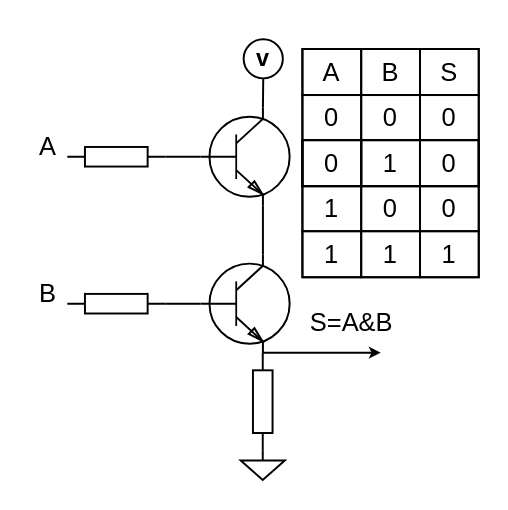
Above: .pic/Introduction/How FPGA works/fig_05.drawio.svg in MPSU/APS (draw.io), before the change. Source tidied: cells renumbered, new cells last; positions are measured from the earlier drawing's top-left corner, leaving out a move shared by most shapes.
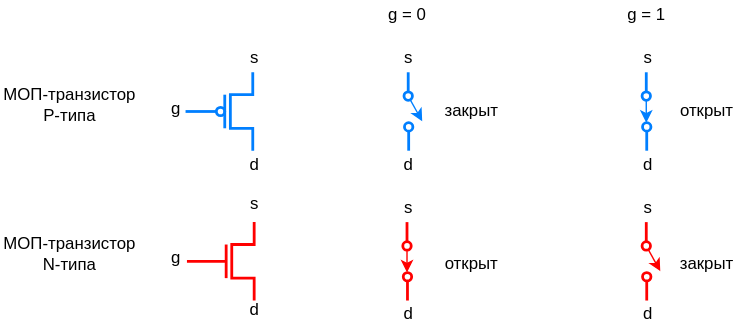
Above is the later version.

The edit, as a diff of the source:
```diff
@@ -2,131 +2,197 @@
   <root>
     <mxCell id="0" />
     <mxCell id="1" parent="0" />
-    <mxCell id="2" style="verticalLabelPosition=bottom;shadow=0;dashed=0;align=center;html=1;verticalAlign=top;shape=mxgraph.electrical.transistors.npn_transistor_1;strokeColor=#000000;fontColor=#000000;labelBackgroundColor=none;fillColor=none;strokeWidth=2;" parent="1" vertex="1">
-      <mxGeometry x="174" y="70" width="95" height="100" as="geometry" />
+    <mxCell id="2" style="group;" parent="1" vertex="1">
+      <mxGeometry x="24" y="-33" width="48" height="56" as="geometry" />
     </mxCell>
-    <mxCell id="3" style="verticalLabelPosition=bottom;shadow=0;dashed=0;align=center;html=1;verticalAlign=top;shape=mxgraph.electrical.transistors.npn_transistor_1;strokeColor=#000000;fontColor=#000000;labelBackgroundColor=none;fillColor=none;strokeWidth=2;" parent="1" vertex="1">
-      <mxGeometry x="174" y="220" width="95" height="100" as="geometry" />
+    <mxCell id="3" style="endArrow=oval;html=1;rounded=0;endFill=0;strokeWidth=2;strokeColor=#007FFF;" parent="2" edge="1">
+      <mxGeometry relative="1" as="geometry">
+        <mxPoint y="28" as="sourcePoint" />
+        <mxPoint x="25" y="28" as="targetPoint" />
+      </mxGeometry>
     </mxCell>
-    <mxCell id="4" style="verticalLabelPosition=bottom;shadow=0;dashed=0;align=center;html=1;verticalAlign=top;shape=mxgraph.electrical.resistors.resistor_1;strokeColor=#000000;fontColor=#000000;labelBackgroundColor=none;fillColor=none;strokeWidth=2;" parent="1" vertex="1">
-      <mxGeometry x="40" y="110" width="100" height="20" as="geometry" />
+    <mxCell id="4" style="endArrow=none;html=1;rounded=0;strokeWidth=2;strokeColor=#007FFF;" parent="2" edge="1">
+      <mxGeometry relative="1" as="geometry">
+        <mxPoint x="28" y="40" as="sourcePoint" />
+        <mxPoint x="28" y="16" as="targetPoint" />
+      </mxGeometry>
     </mxCell>
-    <mxCell id="5" style="verticalLabelPosition=bottom;shadow=0;dashed=0;align=center;html=1;verticalAlign=top;shape=mxgraph.electrical.resistors.resistor_1;strokeColor=#000000;fontColor=#000000;labelBackgroundColor=none;fillColor=none;strokeWidth=2;" parent="1" vertex="1">
-      <mxGeometry x="40" y="260" width="100" height="20" as="geometry" />
+    <mxCell id="5" style="endArrow=none;html=1;rounded=0;strokeWidth=2;strokeColor=#007FFF;" parent="2" edge="1">
+      <mxGeometry relative="1" as="geometry">
+        <mxPoint x="48" y="56" as="sourcePoint" />
+        <mxPoint x="48" as="targetPoint" />
+        <Array as="points">
+          <mxPoint x="48" y="40" />
+          <mxPoint x="32" y="40" />
+          <mxPoint x="32" y="16" />
+          <mxPoint x="48" y="16" />
+        </Array>
+      </mxGeometry>
     </mxCell>
-    <mxCell id="6" style="verticalLabelPosition=bottom;shadow=0;dashed=0;align=center;html=1;verticalAlign=top;shape=mxgraph.electrical.signal_sources.signal_ground;strokeColor=#000000;fontColor=#000000;labelBackgroundColor=none;fillColor=none;strokeWidth=2;" parent="1" vertex="1">
-      <mxGeometry x="217" y="420" width="45" height="30" as="geometry" />
+    <mxCell id="6" style="group;" parent="1" vertex="1">
+      <mxGeometry x="25" y="74" width="48" height="56" as="geometry" />
     </mxCell>
-    <mxCell id="7" style="verticalLabelPosition=bottom;shadow=0;dashed=0;align=center;html=1;verticalAlign=top;shape=mxgraph.electrical.resistors.resistor_1;rotation=90;strokeColor=#000000;fontColor=#000000;labelBackgroundColor=none;fillColor=none;strokeWidth=2;" parent="1" vertex="1">
-      <mxGeometry x="189.5" y="360" width="100" height="20" as="geometry" />
+    <mxCell id="7" style="endArrow=none;html=1;rounded=0;endFill=0;strokeWidth=2;strokeColor=#FF0000;" parent="6" edge="1">
+      <mxGeometry relative="1" as="geometry">
+        <mxPoint y="28" as="sourcePoint" />
+        <mxPoint x="28" y="28" as="targetPoint" />
+      </mxGeometry>
     </mxCell>
-    <mxCell id="8" style="endArrow=classic;html=1;rounded=0;endFill=1;strokeColor=#000000;fontColor=#000000;labelBackgroundColor=none;strokeWidth=2;" parent="1" edge="1">
+    <mxCell id="8" style="endArrow=none;html=1;rounded=0;strokeWidth=2;strokeColor=#FF0000;" parent="6" edge="1">
       <mxGeometry relative="1" as="geometry">
-        <mxPoint x="239.5" y="320" as="sourcePoint" />
-        <mxPoint x="360" y="320" as="targetPoint" />
+        <mxPoint x="28" y="40" as="sourcePoint" />
+        <mxPoint x="28" y="16" as="targetPoint" />
       </mxGeometry>
     </mxCell>
-    <mxCell id="9" value="&lt;h1&gt;v&lt;/h1&gt;" style="ellipse;whiteSpace=wrap;html=1;spacing=0;strokeColor=#000000;fontColor=#000000;labelBackgroundColor=none;fillColor=none;strokeWidth=2;" parent="1" vertex="1">
-      <mxGeometry x="220" width="40" height="40" as="geometry" />
+    <mxCell id="9" style="endArrow=none;html=1;rounded=0;strokeWidth=2;strokeColor=#FF0000;" parent="6" edge="1">
+      <mxGeometry relative="1" as="geometry">
+        <mxPoint x="48" y="56" as="sourcePoint" />
+        <mxPoint x="48" as="targetPoint" />
+        <Array as="points">
+          <mxPoint x="48" y="40" />
+          <mxPoint x="32" y="40" />
+          <mxPoint x="32" y="16" />
+          <mxPoint x="48" y="16" />
+        </Array>
+      </mxGeometry>
     </mxCell>
-    <mxCell id="10" style="endArrow=none;html=1;rounded=0;exitX=1;exitY=0.5;exitDx=0;exitDy=0;exitPerimeter=0;entryX=0;entryY=0.5;entryDx=0;entryDy=0;entryPerimeter=0;strokeColor=#000000;fontColor=#000000;labelBackgroundColor=none;strokeWidth=2;" parent="1" edge="1" source="4" target="2">
-      <mxGeometry relative="1" as="geometry" />
+    <mxCell id="10" value="МОП-транзистор&lt;br&gt;P-типа" style="text;html=1;align=center;verticalAlign=middle;whiteSpace=wrap;rounded=0;" parent="1" vertex="1">
+      <mxGeometry x="-108" y="-25" width="99" height="30" as="geometry" />
     </mxCell>
-    <mxCell id="11" style="endArrow=none;html=1;rounded=0;exitX=1;exitY=0.5;exitDx=0;exitDy=0;exitPerimeter=0;entryX=0;entryY=0.5;entryDx=0;entryDy=0;entryPerimeter=0;strokeColor=#000000;fontColor=#000000;labelBackgroundColor=none;strokeWidth=2;" parent="1" edge="1" source="5" target="3">
-      <mxGeometry relative="1" as="geometry" />
+    <mxCell id="11" value="МОП-транзистор&lt;br&gt;N-типа" style="text;html=1;align=center;verticalAlign=middle;whiteSpace=wrap;rounded=0;" parent="1" vertex="1">
+      <mxGeometry x="-108" y="82" width="99" height="30" as="geometry" />
     </mxCell>
-    <mxCell id="12" style="endArrow=none;html=1;rounded=0;exitX=0.7;exitY=0;exitDx=0;exitDy=0;exitPerimeter=0;entryX=0.7;entryY=1;entryDx=0;entryDy=0;entryPerimeter=0;strokeColor=#000000;fontColor=#000000;labelBackgroundColor=none;strokeWidth=2;" parent="1" edge="1" source="3" target="2">
-      <mxGeometry relative="1" as="geometry" />
+    <mxCell id="12" value="g" style="text;html=1;align=center;verticalAlign=middle;whiteSpace=wrap;rounded=0;" parent="1" vertex="1">
+      <mxGeometry x="11" y="-17" width="13" height="20" as="geometry" />
     </mxCell>
-    <mxCell id="13" style="endArrow=none;html=1;rounded=0;exitX=0.7;exitY=0;exitDx=0;exitDy=0;exitPerimeter=0;entryX=0.5;entryY=1;entryDx=0;entryDy=0;strokeColor=#000000;fontColor=#000000;labelBackgroundColor=none;strokeWidth=2;" parent="1" edge="1" source="2" target="9">
-      <mxGeometry relative="1" as="geometry" />
+    <mxCell id="13" value="g" style="text;html=1;align=center;verticalAlign=middle;whiteSpace=wrap;rounded=0;" parent="1" vertex="1">
+      <mxGeometry x="11" y="90" width="13" height="20" as="geometry" />
     </mxCell>
-    <mxCell id="14" value="A" style="text;html=1;align=center;verticalAlign=middle;strokeColor=none;fillColor=none;fontSize=26;fontColor=#000000;labelBackgroundColor=none;strokeWidth=2;" parent="1" vertex="1">
-      <mxGeometry y="90" width="40" height="40" as="geometry" />
+    <mxCell id="14" value="s" style="text;html=1;align=center;verticalAlign=middle;whiteSpace=wrap;rounded=0;" parent="1" vertex="1">
+      <mxGeometry x="67" y="51" width="13" height="20" as="geometry" />
     </mxCell>
-    <mxCell id="15" value="B" style="text;html=1;align=center;verticalAlign=middle;strokeColor=none;fillColor=none;fontSize=26;fontColor=#000000;labelBackgroundColor=none;strokeWidth=2;" parent="1" vertex="1">
-      <mxGeometry y="240" width="40" height="40" as="geometry" />
+    <mxCell id="15" value="d" style="text;html=1;align=center;verticalAlign=middle;whiteSpace=wrap;rounded=0;" parent="1" vertex="1">
+      <mxGeometry x="67" y="127" width="13" height="20" as="geometry" />
     </mxCell>
-    <mxCell id="16" value="S=A&amp;amp;B" style="text;html=1;align=center;verticalAlign=middle;strokeColor=none;fillColor=none;fontSize=26;fontColor=#000000;labelBackgroundColor=none;strokeWidth=2;" parent="1" vertex="1">
-      <mxGeometry x="275" y="270" width="110" height="40" as="geometry" />
+    <mxCell id="16" value="s" style="text;html=1;align=center;verticalAlign=middle;whiteSpace=wrap;rounded=0;" parent="1" vertex="1">
+      <mxGeometry x="67" y="-53" width="13" height="20" as="geometry" />
     </mxCell>
-    <mxCell id="17" style="shadow=0;fillColor=none;fontSize=26;strokeColor=#000000;fontColor=#000000;labelBackgroundColor=none;strokeWidth=2;" parent="1" vertex="1">
-      <mxGeometry x="280" y="10" width="180" height="140" as="geometry" />
+    <mxCell id="17" value="d" style="text;html=1;align=center;verticalAlign=middle;whiteSpace=wrap;rounded=0;" parent="1" vertex="1">
+      <mxGeometry x="67" y="23" width="13" height="20" as="geometry" />
     </mxCell>
-    <mxCell id="18" style="shape=tableRow;horizontal=0;startSize=0;swimlaneHead=0;swimlaneBody=0;top=0;left=0;bottom=0;right=0;fontStyle=0;fillColor=none;strokeColor=#000000;fontSize=26;fontColor=#000000;labelBackgroundColor=none;strokeWidth=2;" parent="17" vertex="1">
-      <mxGeometry width="180" height="47" as="geometry" />
+    <mxCell id="18" value="g = 0" style="text;html=1;align=center;verticalAlign=middle;whiteSpace=wrap;rounded=0;" parent="1" vertex="1">
+      <mxGeometry x="155" y="-84" width="55" height="20" as="geometry" />
     </mxCell>
-    <mxCell id="19" value="A" style="strokeColor=#000000;fillColor=none;align=center;whiteSpace=wrap;html=1;fontSize=26;fontColor=#000000;labelBackgroundColor=none;strokeWidth=2;" parent="18" vertex="1">
-      <mxGeometry width="60" height="47" as="geometry" />
+    <mxCell id="19" style="endArrow=classic;html=1;rounded=0;strokeWidth=1;jumpSize=5;strokeColor=#FF0000;" parent="1" edge="1">
+      <mxGeometry relative="1" as="geometry">
+        <mxPoint x="353" y="91" as="sourcePoint" />
+        <mxPoint x="363" y="109" as="targetPoint" />
+      </mxGeometry>
     </mxCell>
-    <mxCell id="20" value="B" style="strokeColor=#000000;fillColor=none;align=center;whiteSpace=wrap;html=1;fontSize=26;fontColor=#000000;labelBackgroundColor=none;strokeWidth=2;" parent="18" vertex="1">
-      <mxGeometry x="60" width="60" height="47" as="geometry" />
+    <mxCell id="20" style="endArrow=none;html=1;rounded=0;strokeWidth=2;startArrow=oval;startFill=1;endFillColor=#FFFFFF;startFillColor=#FFFFFF;strokeColor=#FF0000;" parent="1" edge="1">
+      <mxGeometry relative="1" as="geometry">
+        <mxPoint x="353" y="91" as="sourcePoint" />
+        <mxPoint x="353" y="74" as="targetPoint" />
+      </mxGeometry>
     </mxCell>
-    <mxCell id="21" value="S" style="strokeColor=#000000;fillColor=none;align=center;whiteSpace=wrap;html=1;fontSize=26;fontColor=#000000;labelBackgroundColor=none;strokeWidth=2;" parent="18" vertex="1">
-      <mxGeometry x="120" width="60" height="47" as="geometry" />
+    <mxCell id="21" style="endArrow=oval;html=1;rounded=0;strokeWidth=2;endFill=0;strokeColor=#FF0000;" parent="1" edge="1">
+      <mxGeometry relative="1" as="geometry">
+        <mxPoint x="353.3" y="130" as="sourcePoint" />
+        <mxPoint x="353.3" y="113" as="targetPoint" />
+      </mxGeometry>
     </mxCell>
-    <mxCell id="22" style="shape=tableRow;horizontal=0;startSize=0;swimlaneHead=0;swimlaneBody=0;top=0;left=0;bottom=0;right=0;fontStyle=0;fillColor=none;strokeColor=#000000;fontSize=26;fontColor=#000000;labelBackgroundColor=none;strokeWidth=2;" parent="17" vertex="1">
-      <mxGeometry y="47" width="180" height="46" as="geometry" />
+    <mxCell id="22" style="endArrow=classic;html=1;rounded=0;strokeWidth=1;jumpSize=5;strokeColor=#007FFF;" parent="1" edge="1">
+      <mxGeometry relative="1" as="geometry">
+        <mxPoint x="183" y="-16" as="sourcePoint" />
+        <mxPoint x="193" y="2" as="targetPoint" />
+      </mxGeometry>
     </mxCell>
-    <mxCell id="23" value="0" style="strokeColor=#000000;fillColor=none;align=center;whiteSpace=wrap;html=1;fontSize=26;fontColor=#000000;labelBackgroundColor=none;strokeWidth=2;" parent="22" vertex="1">
-      <mxGeometry width="60" height="46" as="geometry" />
+    <mxCell id="23" style="endArrow=none;html=1;rounded=0;strokeWidth=2;startArrow=oval;startFill=1;endFillColor=#FFFFFF;startFillColor=#FFFFFF;strokeColor=#007FFF;" parent="1" edge="1">
+      <mxGeometry relative="1" as="geometry">
+        <mxPoint x="183" y="-16" as="sourcePoint" />
+        <mxPoint x="183" y="-33" as="targetPoint" />
+      </mxGeometry>
     </mxCell>
-    <mxCell id="24" value="0" style="strokeColor=#000000;fillColor=none;align=center;whiteSpace=wrap;html=1;fontSize=26;fontColor=#000000;labelBackgroundColor=none;strokeWidth=2;" parent="22" vertex="1">
-      <mxGeometry x="60" width="60" height="46" as="geometry" />
+    <mxCell id="24" style="endArrow=oval;html=1;rounded=0;strokeWidth=2;endFill=0;strokeColor=#007FFF;" parent="1" edge="1">
+      <mxGeometry relative="1" as="geometry">
+        <mxPoint x="183.3" y="23" as="sourcePoint" />
+        <mxPoint x="183.3" y="6" as="targetPoint" />
+      </mxGeometry>
     </mxCell>
-    <mxCell id="25" value="0" style="strokeColor=#000000;fillColor=none;align=center;whiteSpace=wrap;html=1;fontSize=26;fontColor=#000000;labelBackgroundColor=none;strokeWidth=2;" parent="22" vertex="1">
-      <mxGeometry x="120" width="60" height="46" as="geometry" />
+    <mxCell id="25" style="endArrow=classic;html=1;rounded=0;strokeWidth=1;jumpSize=5;strokeColor=#007FFF;" parent="1" edge="1">
+      <mxGeometry relative="1" as="geometry">
+        <mxPoint x="353" y="-16" as="sourcePoint" />
+        <mxPoint x="353" y="3" as="targetPoint" />
+      </mxGeometry>
     </mxCell>
-    <mxCell id="26" style="shape=tableRow;horizontal=0;startSize=0;swimlaneHead=0;swimlaneBody=0;top=0;left=0;bottom=0;right=0;fontStyle=0;fillColor=none;strokeColor=#000000;fontSize=26;fontColor=#000000;labelBackgroundColor=none;strokeWidth=2;" parent="17" vertex="1">
-      <mxGeometry y="93" width="180" height="47" as="geometry" />
+    <mxCell id="26" style="endArrow=none;html=1;rounded=0;strokeWidth=2;startArrow=oval;startFill=1;endFillColor=#FFFFFF;startFillColor=#FFFFFF;strokeColor=#007FFF;" parent="1" edge="1">
+      <mxGeometry relative="1" as="geometry">
+        <mxPoint x="353" y="-16" as="sourcePoint" />
+        <mxPoint x="353" y="-33" as="targetPoint" />
+      </mxGeometry>
     </mxCell>
-    <mxCell id="27" value="0" style="strokeColor=#000000;fillColor=none;align=center;whiteSpace=wrap;html=1;fontSize=26;fontColor=#000000;labelBackgroundColor=none;strokeWidth=2;" parent="26" vertex="1">
-      <mxGeometry width="60" height="47" as="geometry" />
+    <mxCell id="27" style="endArrow=oval;html=1;rounded=0;strokeWidth=2;endFill=1;strokeColor=#007FFF;endFillColor=#FFFFFF;" parent="1" edge="1">
+      <mxGeometry relative="1" as="geometry">
+        <mxPoint x="353.3" y="23" as="sourcePoint" />
+        <mxPoint x="353.3" y="6" as="targetPoint" />
+      </mxGeometry>
     </mxCell>
-    <mxCell id="28" value="1" style="strokeColor=#000000;fillColor=none;align=center;whiteSpace=wrap;html=1;fontSize=26;fontColor=#000000;labelBackgroundColor=none;strokeWidth=2;" parent="26" vertex="1">
-      <mxGeometry x="60" width="60" height="47" as="geometry" />
+    <mxCell id="28" style="endArrow=classic;html=1;rounded=0;strokeWidth=1;jumpSize=5;strokeColor=#FF0000;" parent="1" edge="1">
+      <mxGeometry relative="1" as="geometry">
+        <mxPoint x="182.1" y="91" as="sourcePoint" />
+        <mxPoint x="182.1" y="110" as="targetPoint" />
+      </mxGeometry>
     </mxCell>
-    <mxCell id="29" value="0" style="strokeColor=#000000;fillColor=none;align=center;whiteSpace=wrap;html=1;fontSize=26;fontColor=#000000;labelBackgroundColor=none;strokeWidth=2;" parent="26" vertex="1">
-      <mxGeometry x="120" width="60" height="47" as="geometry" />
+    <mxCell id="29" style="endArrow=none;html=1;rounded=0;strokeWidth=2;startArrow=oval;startFill=1;endFillColor=#FFFFFF;startFillColor=#FFFFFF;strokeColor=#FF0000;" parent="1" edge="1">
+      <mxGeometry relative="1" as="geometry">
+        <mxPoint x="182.1" y="91" as="sourcePoint" />
+        <mxPoint x="182.1" y="74" as="targetPoint" />
+      </mxGeometry>
     </mxCell>
-    <mxCell id="30" style="shadow=0;fillColor=none;fontSize=26;strokeColor=#000000;fontColor=#000000;labelBackgroundColor=none;strokeWidth=2;" parent="1" vertex="1">
-      <mxGeometry x="280" y="103" width="180" height="140" as="geometry" />
+    <mxCell id="30" style="endArrow=oval;html=1;rounded=0;strokeWidth=2;endFill=1;strokeColor=#FF0000;endFillColor=#FFFFFF;" parent="1" edge="1">
+      <mxGeometry relative="1" as="geometry">
+        <mxPoint x="182.5" y="130" as="sourcePoint" />
+        <mxPoint x="182.5" y="113" as="targetPoint" />
+      </mxGeometry>
     </mxCell>
-    <mxCell id="31" style="shape=tableRow;horizontal=0;startSize=0;swimlaneHead=0;swimlaneBody=0;top=0;left=0;bottom=0;right=0;fontStyle=0;fillColor=none;strokeColor=#000000;fontSize=26;fontColor=#000000;labelBackgroundColor=none;strokeWidth=2;" parent="30" vertex="1">
-      <mxGeometry width="180" height="47" as="geometry" />
+    <mxCell id="31" value="g = 1" style="text;html=1;align=center;verticalAlign=middle;whiteSpace=wrap;rounded=0;" parent="1" vertex="1">
+      <mxGeometry x="326" y="-84" width="55" height="20" as="geometry" />
     </mxCell>
-    <mxCell id="32" style="strokeColor=#000000;fillColor=none;align=center;whiteSpace=wrap;html=1;fontSize=26;fontColor=#000000;labelBackgroundColor=none;strokeWidth=2;" parent="31" vertex="1">
-      <mxGeometry width="60" height="47" as="geometry" />
+    <mxCell id="32" value="закрыт" style="text;html=1;align=center;verticalAlign=middle;whiteSpace=wrap;rounded=0;" parent="1" vertex="1">
+      <mxGeometry x="201" y="-15" width="55" height="20" as="geometry" />
     </mxCell>
-    <mxCell id="33" style="strokeColor=#000000;fillColor=none;align=center;whiteSpace=wrap;html=1;fontSize=26;fontColor=#000000;labelBackgroundColor=none;strokeWidth=2;" parent="31" vertex="1">
-      <mxGeometry x="60" width="60" height="47" as="geometry" />
+    <mxCell id="33" value="открыт" style="text;html=1;align=center;verticalAlign=middle;whiteSpace=wrap;rounded=0;" parent="1" vertex="1">
+      <mxGeometry x="369" y="-15" width="55" height="20" as="geometry" />
     </mxCell>
-    <mxCell id="34" style="strokeColor=#000000;fillColor=none;align=center;whiteSpace=wrap;html=1;fontSize=26;fontColor=#000000;labelBackgroundColor=none;strokeWidth=2;" parent="31" vertex="1">
-      <mxGeometry x="120" width="60" height="47" as="geometry" />
+    <mxCell id="34" value="открыт" style="text;html=1;align=center;verticalAlign=middle;whiteSpace=wrap;rounded=0;" parent="1" vertex="1">
+      <mxGeometry x="201" y="94" width="55" height="20" as="geometry" />
     </mxCell>
-    <mxCell id="35" style="shape=tableRow;horizontal=0;startSize=0;swimlaneHead=0;swimlaneBody=0;top=0;left=0;bottom=0;right=0;fontStyle=0;fillColor=none;strokeColor=#000000;fontSize=26;fontColor=#000000;labelBackgroundColor=none;strokeWidth=2;" parent="30" vertex="1">
-      <mxGeometry y="47" width="180" height="46" as="geometry" />
+    <mxCell id="35" value="закрыт" style="text;html=1;align=center;verticalAlign=middle;whiteSpace=wrap;rounded=0;" parent="1" vertex="1">
+      <mxGeometry x="369" y="94" width="55" height="20" as="geometry" />
     </mxCell>
-    <mxCell id="36" value="1" style="strokeColor=#000000;fillColor=none;align=center;whiteSpace=wrap;html=1;fontSize=26;fontColor=#000000;labelBackgroundColor=none;strokeWidth=2;" parent="35" vertex="1">
-      <mxGeometry width="60" height="46" as="geometry" />
+    <mxCell id="36" value="s" style="text;html=1;align=center;verticalAlign=middle;whiteSpace=wrap;rounded=0;" parent="1" vertex="1">
+      <mxGeometry x="177" y="-53" width="13" height="20" as="geometry" />
     </mxCell>
-    <mxCell id="37" value="0" style="strokeColor=#000000;fillColor=none;align=center;whiteSpace=wrap;html=1;fontSize=26;fontColor=#000000;labelBackgroundColor=none;strokeWidth=2;" parent="35" vertex="1">
-      <mxGeometry x="60" width="60" height="46" as="geometry" />
+    <mxCell id="37" value="d" style="text;html=1;align=center;verticalAlign=middle;whiteSpace=wrap;rounded=0;" parent="1" vertex="1">
+      <mxGeometry x="177" y="23" width="13" height="20" as="geometry" />
     </mxCell>
-    <mxCell id="38" value="0" style="strokeColor=#000000;fillColor=none;align=center;whiteSpace=wrap;html=1;fontSize=26;fontColor=#000000;labelBackgroundColor=none;strokeWidth=2;" parent="35" vertex="1">
-      <mxGeometry x="120" width="60" height="46" as="geometry" />
+    <mxCell id="38" value="s" style="text;html=1;align=center;verticalAlign=middle;whiteSpace=wrap;rounded=0;" parent="1" vertex="1">
+      <mxGeometry x="348" y="-53" width="13" height="20" as="geometry" />
     </mxCell>
-    <mxCell id="39" style="shape=tableRow;horizontal=0;startSize=0;swimlaneHead=0;swimlaneBody=0;top=0;left=0;bottom=0;right=0;fontStyle=0;fillColor=none;strokeColor=#000000;fontSize=26;fontColor=#000000;labelBackgroundColor=none;strokeWidth=2;" parent="30" vertex="1">
-      <mxGeometry y="93" width="180" height="47" as="geometry" />
+    <mxCell id="39" value="d" style="text;html=1;align=center;verticalAlign=middle;whiteSpace=wrap;rounded=0;" parent="1" vertex="1">
+      <mxGeometry x="348" y="23" width="13" height="20" as="geometry" />
     </mxCell>
-    <mxCell id="40" value="1" style="strokeColor=#000000;fillColor=none;align=center;whiteSpace=wrap;html=1;fontSize=26;fontColor=#000000;labelBackgroundColor=none;strokeWidth=2;" parent="39" vertex="1">
-      <mxGeometry width="60" height="47" as="geometry" />
+    <mxCell id="40" value="s" style="text;html=1;align=center;verticalAlign=middle;whiteSpace=wrap;rounded=0;" parent="1" vertex="1">
+      <mxGeometry x="348" y="54" width="13" height="20" as="geometry" />
     </mxCell>
-    <mxCell id="41" value="1" style="strokeColor=#000000;fillColor=none;align=center;whiteSpace=wrap;html=1;fontSize=26;fontColor=#000000;labelBackgroundColor=none;strokeWidth=2;" parent="39" vertex="1">
-      <mxGeometry x="60" width="60" height="47" as="geometry" />
+    <mxCell id="41" value="d" style="text;html=1;align=center;verticalAlign=middle;whiteSpace=wrap;rounded=0;" parent="1" vertex="1">
+      <mxGeometry x="348" y="130" width="13" height="20" as="geometry" />
     </mxCell>
-    <mxCell id="42" value="1" style="strokeColor=#000000;fillColor=none;align=center;whiteSpace=wrap;html=1;fontSize=26;fontColor=#000000;labelBackgroundColor=none;strokeWidth=2;" parent="39" vertex="1">
-      <mxGeometry x="120" width="60" height="47" as="geometry" />
+    <mxCell id="42" value="s" style="text;html=1;align=center;verticalAlign=middle;whiteSpace=wrap;rounded=0;" parent="1" vertex="1">
+      <mxGeometry x="177" y="54" width="13" height="20" as="geometry" />
     </mxCell>
+    <mxCell id="43" value="d" style="text;html=1;align=center;verticalAlign=middle;whiteSpace=wrap;rounded=0;" parent="1" vertex="1">
+      <mxGeometry x="177" y="130" width="13" height="20" as="geometry" />
+    </mxCell>
   </root>
 </mxGraphModel>
```
